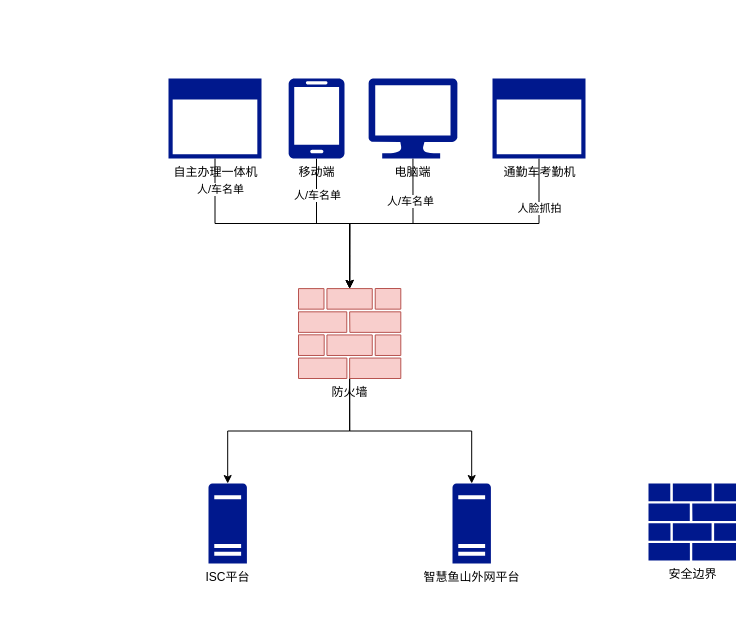
Above: 智慧鱼山.drawio in LuYutao/diagrams.net (draw.io), before the change. Source tidied: cells renumbered, new cells numbered last; positions are measured from the earlier drawing's top-left corner, leaving out a move shared by most shapes. Both pictures are drawn from the tidied source at 100%, with x=0, y=0 at pixel (168, 78).
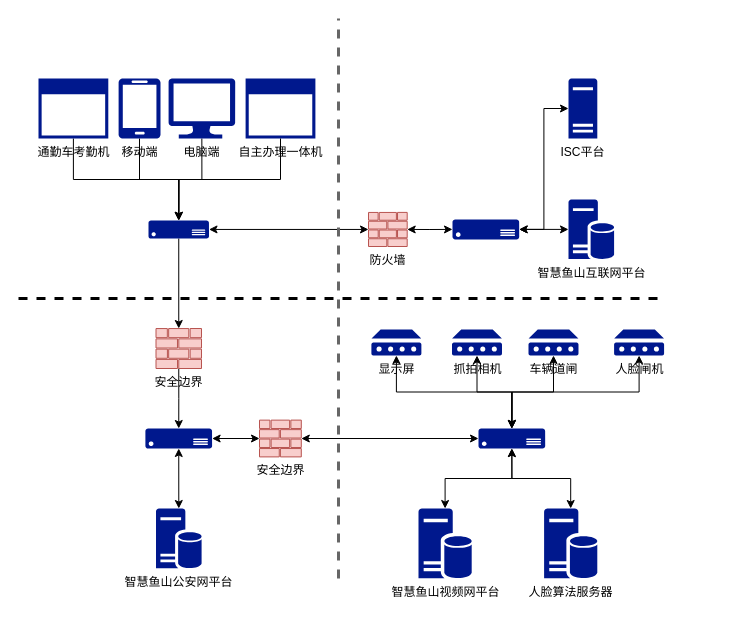
After the change.

Diff of the diagram source:
```diff
@@
-    <mxCell id="2" style="edgeStyle=orthogonalEdgeStyle;rounded=0;jettySize=auto;html=1;exitX=0.5;exitY=1;exitDx=0;exitDy=0;exitPerimeter=0;entryX=0.5;entryY=0;entryDx=0;entryDy=0;entryPerimeter=0;" parent="1" edge="1" source="4" target="16">
+    <mxCell id="2" style="edgeStyle=orthogonalEdgeStyle;rounded=0;jettySize=auto;html=1;exitX=0.5;exitY=1;exitDx=0;exitDy=0;exitPerimeter=0;entryX=0.5;entryY=0;entryDx=0;entryDy=0;entryPerimeter=0;" parent="1" edge="1" source="4" target="25">
       <mxGeometry relative="1" as="geometry" />
     </mxCell>
-    <mxCell id="3" value="人/车名单" style="edgeLabel;html=1;align=center;verticalAlign=middle;" parent="2" vertex="1">
-      <mxGeometry x="-0.5" y="2" relative="1" as="geometry">
-        <mxPoint x="-2" y="-5" as="offset" />
-      </mxGeometry>
-    </mxCell>
     <mxCell id="4" value="移动端" style="shadow=0;dashed=0;html=1;strokeColor=none;labelPosition=center;verticalLabelPosition=bottom;verticalAlign=top;align=center;fillColor=#00188D;shape=mxgraph.azure.mobile;" parent="1" vertex="1">
-      <mxGeometry x="120" width="56" height="80" as="geometry" />
+      <mxGeometry x="-50" width="42" height="60" as="geometry" />
     </mxCell>
     <mxCell id="5" value="自主办理一体机" style="shadow=0;dashed=0;html=1;strokeColor=none;labelPosition=center;verticalLabelPosition=bottom;verticalAlign=top;align=center;fillColor=#00188D;shape=mxgraph.mscae.enterprise.application_blank;" parent="1" vertex="1">
-      <mxGeometry width="93" height="80" as="geometry" />
+      <mxGeometry x="77.1" width="69.8" height="60" as="geometry" />
     </mxCell>
-    <mxCell id="6" style="edgeStyle=orthogonalEdgeStyle;rounded=0;jettySize=auto;html=1;exitX=0.5;exitY=1;exitDx=0;exitDy=0;exitPerimeter=0;entryX=0.5;entryY=0;entryDx=0;entryDy=0;entryPerimeter=0;" parent="1" edge="1" source="8" target="16">
+    <mxCell id="6" style="edgeStyle=orthogonalEdgeStyle;rounded=0;jettySize=auto;html=1;exitX=0.5;exitY=1;exitDx=0;exitDy=0;exitPerimeter=0;entryX=0.5;entryY=0;entryDx=0;entryDy=0;entryPerimeter=0;" parent="1" edge="1" source="8" target="25">
       <mxGeometry relative="1" as="geometry" />
     </mxCell>
-    <mxCell id="7" value="人/车名单" style="edgeLabel;html=1;align=center;verticalAlign=middle;" parent="6" vertex="1">
-      <mxGeometry x="-0.31" y="1" relative="1" as="geometry">
-        <mxPoint x="-1" y="-24" as="offset" />
-      </mxGeometry>
-    </mxCell>
     <mxCell id="8" value="电脑端" style="shadow=0;dashed=0;html=1;strokeColor=none;labelPosition=center;verticalLabelPosition=bottom;verticalAlign=top;align=center;fillColor=#00188D;shape=mxgraph.azure.computer;" parent="1" vertex="1">
-      <mxGeometry x="200" width="88.9" height="80" as="geometry" />
+      <mxGeometry width="66.7" height="60" as="geometry" />
     </mxCell>
-    <mxCell id="9" style="edgeStyle=orthogonalEdgeStyle;rounded=0;jettySize=auto;html=1;exitX=0.5;exitY=1;exitDx=0;exitDy=0;exitPerimeter=0;entryX=0.5;entryY=0;entryDx=0;entryDy=0;entryPerimeter=0;" parent="1" edge="1" source="11" target="16">
+    <mxCell id="9" style="edgeStyle=orthogonalEdgeStyle;rounded=0;jettySize=auto;html=1;exitX=0.5;exitY=1;exitDx=0;exitDy=0;exitPerimeter=0;entryX=0.5;entryY=0;entryDx=0;entryDy=0;entryPerimeter=0;" parent="1" edge="1" source="11" target="25">
       <mxGeometry relative="1" as="geometry" />
     </mxCell>
-    <mxCell id="10" value="人脸抓拍" style="edgeLabel;html=1;align=center;verticalAlign=middle;" parent="9" vertex="1">
-      <mxGeometry x="-0.69" relative="1" as="geometry" />
-    </mxCell>
     <mxCell id="11" value="通勤车考勤机" style="shadow=0;dashed=0;html=1;strokeColor=none;labelPosition=center;verticalLabelPosition=bottom;verticalAlign=top;align=center;fillColor=#00188D;shape=mxgraph.mscae.enterprise.application_blank;" parent="1" vertex="1">
-      <mxGeometry x="324" width="93" height="80" as="geometry" />
+      <mxGeometry x="-130" width="69.8" height="60" as="geometry" />
     </mxCell>
     <mxCell id="12" value="ISC平台" style="shadow=0;dashed=0;html=1;strokeColor=none;labelPosition=center;verticalLabelPosition=bottom;verticalAlign=top;align=center;fillColor=#00188D;shape=mxgraph.mscae.enterprise.server_generic;" parent="1" vertex="1">
-      <mxGeometry x="40" y="405" width="38.4" height="80" as="geometry" />
+      <mxGeometry x="400" width="28.8" height="60" as="geometry" />
     </mxCell>
-    <mxCell id="13" value="智慧鱼山外网平台" style="shadow=0;dashed=0;html=1;strokeColor=none;labelPosition=center;verticalLabelPosition=bottom;verticalAlign=top;align=center;fillColor=#00188D;shape=mxgraph.mscae.enterprise.server_generic;" parent="1" vertex="1">
-      <mxGeometry x="284" y="405" width="38.4" height="80" as="geometry" />
-    </mxCell>
-    <mxCell id="14" style="edgeStyle=orthogonalEdgeStyle;rounded=0;jettySize=auto;html=1;exitX=0.5;exitY=1;exitDx=0;exitDy=0;exitPerimeter=0;entryX=0.5;entryY=0;entryDx=0;entryDy=0;entryPerimeter=0;" parent="1" edge="1" source="16" target="12">
+    <mxCell id="14" style="edgeStyle=orthogonalEdgeStyle;rounded=0;jettySize=auto;html=1;exitX=1;exitY=0.5;exitDx=0;exitDy=0;exitPerimeter=0;entryX=0;entryY=0.5;entryDx=0;entryDy=0;entryPerimeter=0;startArrow=classic;startFill=1;" parent="1" edge="1" source="36" target="12">
       <mxGeometry relative="1" as="geometry" />
     </mxCell>
-    <mxCell id="15" style="edgeStyle=orthogonalEdgeStyle;rounded=0;jettySize=auto;html=1;exitX=0.5;exitY=1;exitDx=0;exitDy=0;exitPerimeter=0;entryX=0.5;entryY=0;entryDx=0;entryDy=0;entryPerimeter=0;" parent="1" edge="1" source="16" target="13">
+    <mxCell id="15" style="edgeStyle=orthogonalEdgeStyle;rounded=0;jettySize=auto;html=1;exitX=1;exitY=0.5;exitDx=0;exitDy=0;exitPerimeter=0;entryX=0;entryY=0.5;entryDx=0;entryDy=0;entryPerimeter=0;startArrow=classic;startFill=1;" parent="1" edge="1" source="36" target="26">
       <mxGeometry relative="1" as="geometry" />
     </mxCell>
+    <mxCell id="20" style="edgeStyle=orthogonalEdgeStyle;rounded=0;jettySize=auto;html=1;exitX=1;exitY=0.5;exitDx=0;exitDy=0;exitPerimeter=0;entryX=0;entryY=0.5;entryDx=0;entryDy=0;entryPerimeter=0;startArrow=classic;startFill=1;" parent="1" edge="1" source="16" target="36">
+      <mxGeometry relative="1" as="geometry" />
+    </mxCell>
     <mxCell id="16" value="防火墙" style="shadow=0;dashed=0;html=1;strokeColor=#b85450;labelPosition=center;verticalLabelPosition=bottom;verticalAlign=top;align=center;fillColor=#f8cecc;shape=mxgraph.mscae.enterprise.firewall;" parent="1" vertex="1">
-      <mxGeometry x="130" y="210" width="102.3" height="90" as="geometry" />
+      <mxGeometry x="200" y="133.9" width="38.7" height="34.1" as="geometry" />
     </mxCell>
-    <mxCell id="17" style="edgeStyle=orthogonalEdgeStyle;rounded=0;jettySize=auto;html=1;exitX=0.5;exitY=1;exitDx=0;exitDy=0;exitPerimeter=0;" parent="1" edge="1" source="5" target="16">
+    <mxCell id="17" style="edgeStyle=orthogonalEdgeStyle;rounded=0;jettySize=auto;html=1;exitX=0.5;exitY=1;exitDx=0;exitDy=0;exitPerimeter=0;entryX=0.5;entryY=0;entryDx=0;entryDy=0;entryPerimeter=0;" parent="1" edge="1" source="5" target="25">
       <mxGeometry relative="1" as="geometry" />
     </mxCell>
-    <mxCell id="18" value="人/车名单" style="edgeLabel;html=1;align=center;verticalAlign=middle;" parent="17" vertex="1">
-      <mxGeometry x="-0.47" y="22" relative="1" as="geometry">
-        <mxPoint y="-13" as="offset" />
-      </mxGeometry>
-    </mxCell>
+    <mxCell id="21" style="edgeStyle=orthogonalEdgeStyle;rounded=0;jettySize=auto;html=1;exitX=0.5;exitY=1;exitDx=0;exitDy=0;exitPerimeter=0;entryX=0.5;entryY=0;entryDx=0;entryDy=0;entryPerimeter=0;" parent="1" edge="1" source="19" target="29">
+      <mxGeometry relative="1" as="geometry" />
+    </mxCell>
-    <mxCell id="19" value="安全边界" style="shadow=0;dashed=0;html=1;strokeColor=none;labelPosition=center;verticalLabelPosition=bottom;verticalAlign=top;align=center;fillColor=#00188D;shape=mxgraph.mscae.enterprise.firewall;" parent="1" vertex="1">
-      <mxGeometry x="480" y="405" width="87.5" height="77" as="geometry" />
+    <mxCell id="19" value="安全边界" style="shadow=0;dashed=0;html=1;strokeColor=#b85450;labelPosition=center;verticalLabelPosition=bottom;verticalAlign=top;align=center;fillColor=#f8cecc;shape=mxgraph.mscae.enterprise.firewall;" parent="1" vertex="1">
+      <mxGeometry x="-12.5" y="250" width="45.5" height="40" as="geometry" />
     </mxCell>
+    <mxCell id="22" value="智慧鱼山公安网平台" style="shadow=0;dashed=0;html=1;strokeColor=none;labelPosition=center;verticalLabelPosition=bottom;verticalAlign=top;align=center;fillColor=#00188D;shape=mxgraph.mscae.enterprise.database_server;" parent="1" vertex="1">
+      <mxGeometry x="-12.5" y="430" width="45.6" height="60" as="geometry" />
+    </mxCell>
+    <mxCell id="23" style="edgeStyle=orthogonalEdgeStyle;rounded=0;jettySize=auto;html=1;exitX=1;exitY=0.5;exitDx=0;exitDy=0;exitPerimeter=0;entryX=0;entryY=0.5;entryDx=0;entryDy=0;entryPerimeter=0;startArrow=classic;startFill=1;" parent="1" edge="1" source="25" target="16">
+      <mxGeometry relative="1" as="geometry" />
+    </mxCell>
+    <mxCell id="24" style="edgeStyle=orthogonalEdgeStyle;rounded=0;jettySize=auto;html=1;exitX=0.5;exitY=1;exitDx=0;exitDy=0;exitPerimeter=0;entryX=0.5;entryY=0;entryDx=0;entryDy=0;entryPerimeter=0;" parent="1" edge="1" source="25" target="19">
+      <mxGeometry relative="1" as="geometry" />
+    </mxCell>
+    <mxCell id="25" style="shadow=0;dashed=0;html=1;strokeColor=none;labelPosition=center;verticalLabelPosition=bottom;verticalAlign=top;align=center;fillColor=#00188D;shape=mxgraph.azure.server;" parent="1" vertex="1">
+      <mxGeometry x="-20" y="141.9" width="60.5" height="18.1" as="geometry" />
+    </mxCell>
+    <mxCell id="26" value="智慧鱼山互联网平台" style="shadow=0;dashed=0;html=1;strokeColor=none;labelPosition=center;verticalLabelPosition=bottom;verticalAlign=top;align=center;fillColor=#00188D;shape=mxgraph.mscae.enterprise.database_server;" parent="1" vertex="1">
+      <mxGeometry x="400" y="120.9" width="45.6" height="60" as="geometry" />
+    </mxCell>
+    <mxCell id="27" style="edgeStyle=orthogonalEdgeStyle;rounded=0;jettySize=auto;html=1;exitX=0.5;exitY=1;exitDx=0;exitDy=0;exitPerimeter=0;entryX=0.5;entryY=0;entryDx=0;entryDy=0;entryPerimeter=0;startArrow=classic;startFill=1;" parent="1" edge="1" source="29" target="22">
+      <mxGeometry relative="1" as="geometry" />
+    </mxCell>
+    <mxCell id="28" style="edgeStyle=orthogonalEdgeStyle;rounded=0;jettySize=auto;html=1;exitX=1;exitY=0.5;exitDx=0;exitDy=0;exitPerimeter=0;entryX=0;entryY=0.5;entryDx=0;entryDy=0;entryPerimeter=0;startArrow=classic;startFill=1;" parent="1" edge="1" source="29" target="35">
+      <mxGeometry relative="1" as="geometry" />
+    </mxCell>
+    <mxCell id="29" style="shadow=0;dashed=0;html=1;strokeColor=none;labelPosition=center;verticalLabelPosition=bottom;verticalAlign=top;align=center;fillColor=#00188D;shape=mxgraph.azure.server;" parent="1" vertex="1">
+      <mxGeometry x="-23.1" y="350" width="66.7" height="20" as="geometry" />
+    </mxCell>
+    <mxCell id="30" style="edgeStyle=orthogonalEdgeStyle;rounded=0;jettySize=auto;html=1;exitX=0.5;exitY=1;exitDx=0;exitDy=0;exitPerimeter=0;startArrow=classic;startFill=1;entryX=0.5;entryY=0;entryDx=0;entryDy=0;entryPerimeter=0;" parent="1" edge="1" source="32" target="33">
+      <mxGeometry relative="1" as="geometry" />
+    </mxCell>
+    <mxCell id="31" style="edgeStyle=orthogonalEdgeStyle;rounded=0;jettySize=auto;html=1;exitX=0.5;exitY=1;exitDx=0;exitDy=0;exitPerimeter=0;entryX=0.5;entryY=0;entryDx=0;entryDy=0;entryPerimeter=0;startArrow=classic;startFill=1;strokeWidth=1;" parent="1" edge="1" source="32" target="39">
+      <mxGeometry relative="1" as="geometry" />
+    </mxCell>
+    <mxCell id="32" style="shadow=0;dashed=0;html=1;strokeColor=none;labelPosition=center;verticalLabelPosition=bottom;verticalAlign=top;align=center;fillColor=#00188D;shape=mxgraph.azure.server;" parent="1" vertex="1">
+      <mxGeometry x="310" y="350" width="66.7" height="20" as="geometry" />
+    </mxCell>
+    <mxCell id="33" value="智慧鱼山视频网平台" style="shadow=0;dashed=0;html=1;strokeColor=none;labelPosition=center;verticalLabelPosition=bottom;verticalAlign=top;align=center;fillColor=#00188D;shape=mxgraph.mscae.enterprise.database_server;" parent="1" vertex="1">
+      <mxGeometry x="250" y="430" width="53.2" height="70" as="geometry" />
+    </mxCell>
+    <mxCell id="34" style="edgeStyle=orthogonalEdgeStyle;rounded=0;jettySize=auto;html=1;exitX=1;exitY=0.5;exitDx=0;exitDy=0;exitPerimeter=0;entryX=0;entryY=0.5;entryDx=0;entryDy=0;entryPerimeter=0;startArrow=classic;startFill=1;" parent="1" edge="1" source="35" target="32">
+      <mxGeometry relative="1" as="geometry" />
+    </mxCell>
+    <mxCell id="35" value="安全边界" style="shadow=0;dashed=0;html=1;strokeColor=#b85450;labelPosition=center;verticalLabelPosition=bottom;verticalAlign=top;align=center;fillColor=#f8cecc;shape=mxgraph.mscae.enterprise.firewall;" parent="1" vertex="1">
+      <mxGeometry x="91" y="341.6" width="41.8" height="36.8" as="geometry" />
+    </mxCell>
+    <mxCell id="36" style="shadow=0;dashed=0;html=1;strokeColor=none;labelPosition=center;verticalLabelPosition=bottom;verticalAlign=top;align=center;fillColor=#00188D;shape=mxgraph.azure.server;" parent="1" vertex="1">
+      <mxGeometry x="284" y="140.9" width="66.7" height="20" as="geometry" />
+    </mxCell>
+    <mxCell id="37" style="endArrow=none;dashed=1;html=1;strokeWidth=3;fillColor=#f5f5f5;strokeColor=#666666;" parent="1" edge="1">
+      <mxGeometry relative="1" as="geometry">
+        <mxPoint x="170" y="500" as="sourcePoint" />
+        <mxPoint x="170" y="-60" as="targetPoint" />
+      </mxGeometry>
+    </mxCell>
+    <mxCell id="38" style="endArrow=none;dashed=1;html=1;strokeWidth=3;" parent="1" edge="1">
+      <mxGeometry relative="1" as="geometry">
+        <mxPoint x="-150" y="220" as="sourcePoint" />
+        <mxPoint x="490" y="220" as="targetPoint" />
+      </mxGeometry>
+    </mxCell>
+    <mxCell id="39" value="人脸算法服务器" style="shadow=0;dashed=0;html=1;strokeColor=none;labelPosition=center;verticalLabelPosition=bottom;verticalAlign=top;align=center;fillColor=#00188D;shape=mxgraph.mscae.enterprise.database_server;" parent="1" vertex="1">
+      <mxGeometry x="375.6" y="430" width="53.2" height="70" as="geometry" />
+    </mxCell>
+    <mxCell id="40" style="edgeStyle=orthogonalEdgeStyle;rounded=0;jettySize=auto;html=1;exitX=0.5;exitY=1;exitDx=0;exitDy=0;exitPerimeter=0;entryX=0.5;entryY=0;entryDx=0;entryDy=0;entryPerimeter=0;startArrow=classic;startFill=1;strokeWidth=1;" parent="1" edge="1" source="41" target="32">
+      <mxGeometry relative="1" as="geometry" />
+    </mxCell>
+    <mxCell id="41" value="显示屏" style="shadow=0;dashed=0;html=1;strokeColor=none;labelPosition=center;verticalLabelPosition=bottom;verticalAlign=top;align=center;fillColor=#00188D;shape=mxgraph.mscae.enterprise.device;" parent="1" vertex="1">
+      <mxGeometry x="202.9" y="251" width="50" height="26" as="geometry" />
+    </mxCell>
+    <mxCell id="42" style="edgeStyle=orthogonalEdgeStyle;rounded=0;jettySize=auto;html=1;exitX=0.5;exitY=1;exitDx=0;exitDy=0;exitPerimeter=0;startArrow=classic;startFill=1;strokeWidth=1;entryX=0.5;entryY=0;entryDx=0;entryDy=0;entryPerimeter=0;" parent="1" edge="1" source="43" target="32">
+      <mxGeometry relative="1" as="geometry" />
+    </mxCell>
+    <mxCell id="43" value="抓拍相机" style="shadow=0;dashed=0;html=1;strokeColor=none;labelPosition=center;verticalLabelPosition=bottom;verticalAlign=top;align=center;fillColor=#00188D;shape=mxgraph.mscae.enterprise.device;" parent="1" vertex="1">
+      <mxGeometry x="283.5" y="251" width="50" height="26" as="geometry" />
+    </mxCell>
+    <mxCell id="44" style="edgeStyle=orthogonalEdgeStyle;rounded=0;jettySize=auto;html=1;exitX=0.5;exitY=1;exitDx=0;exitDy=0;exitPerimeter=0;entryX=0.5;entryY=0;entryDx=0;entryDy=0;entryPerimeter=0;startArrow=classic;startFill=1;strokeWidth=1;" parent="1" edge="1" source="45" target="32">
+      <mxGeometry relative="1" as="geometry" />
+    </mxCell>
+    <mxCell id="45" value="车辆道闸" style="shadow=0;dashed=0;html=1;strokeColor=none;labelPosition=center;verticalLabelPosition=bottom;verticalAlign=top;align=center;fillColor=#00188D;shape=mxgraph.mscae.enterprise.device;" parent="1" vertex="1">
+      <mxGeometry x="360" y="251" width="50" height="26" as="geometry" />
+    </mxCell>
+    <mxCell id="46" style="edgeStyle=orthogonalEdgeStyle;rounded=0;jettySize=auto;html=1;exitX=0.5;exitY=1;exitDx=0;exitDy=0;exitPerimeter=0;entryX=0.5;entryY=0;entryDx=0;entryDy=0;entryPerimeter=0;startArrow=classic;startFill=1;strokeWidth=1;" parent="1" edge="1" source="47" target="32">
+      <mxGeometry relative="1" as="geometry" />
+    </mxCell>
+    <mxCell id="47" value="人脸闸机" style="shadow=0;dashed=0;html=1;strokeColor=none;labelPosition=center;verticalLabelPosition=bottom;verticalAlign=top;align=center;fillColor=#00188D;shape=mxgraph.mscae.enterprise.device;" parent="1" vertex="1">
+      <mxGeometry x="445.6" y="251" width="50" height="26" as="geometry" />
+    </mxCell>
```
